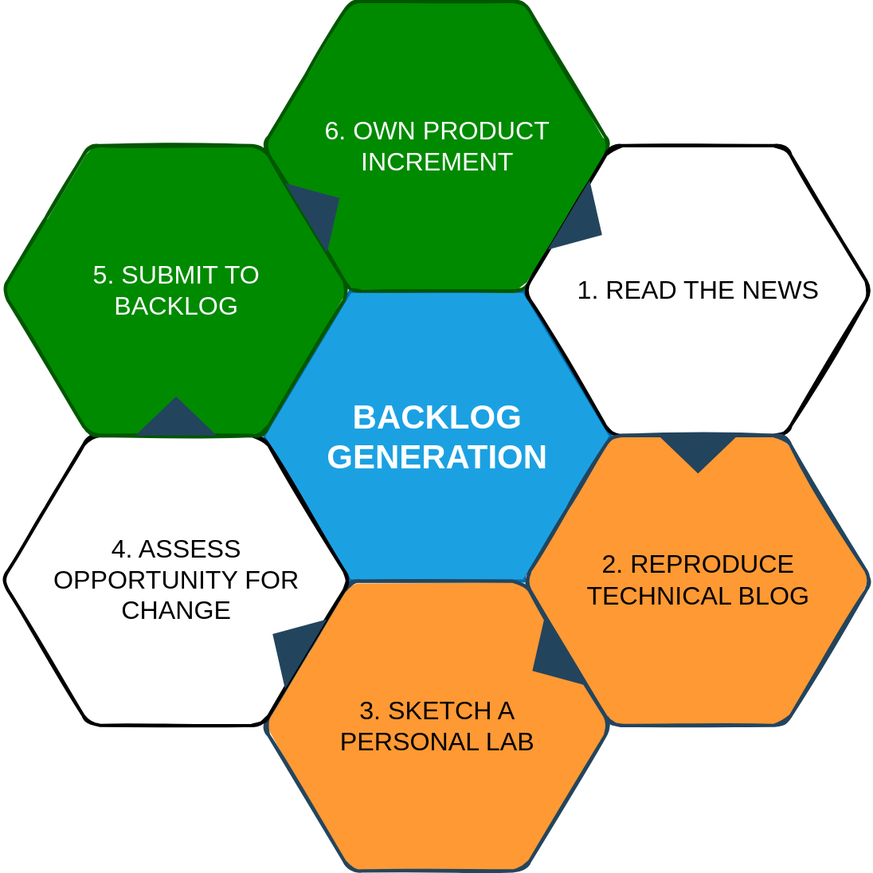
Before: media/backlog-generation.svg, a diagram exported from draw.io (reply-fr/sustainable-personal-accounts). Source tidied: cells renumbered, new cells last; positions are measured from the earlier drawing's top-left corner, leaving out a move shared by most shapes.
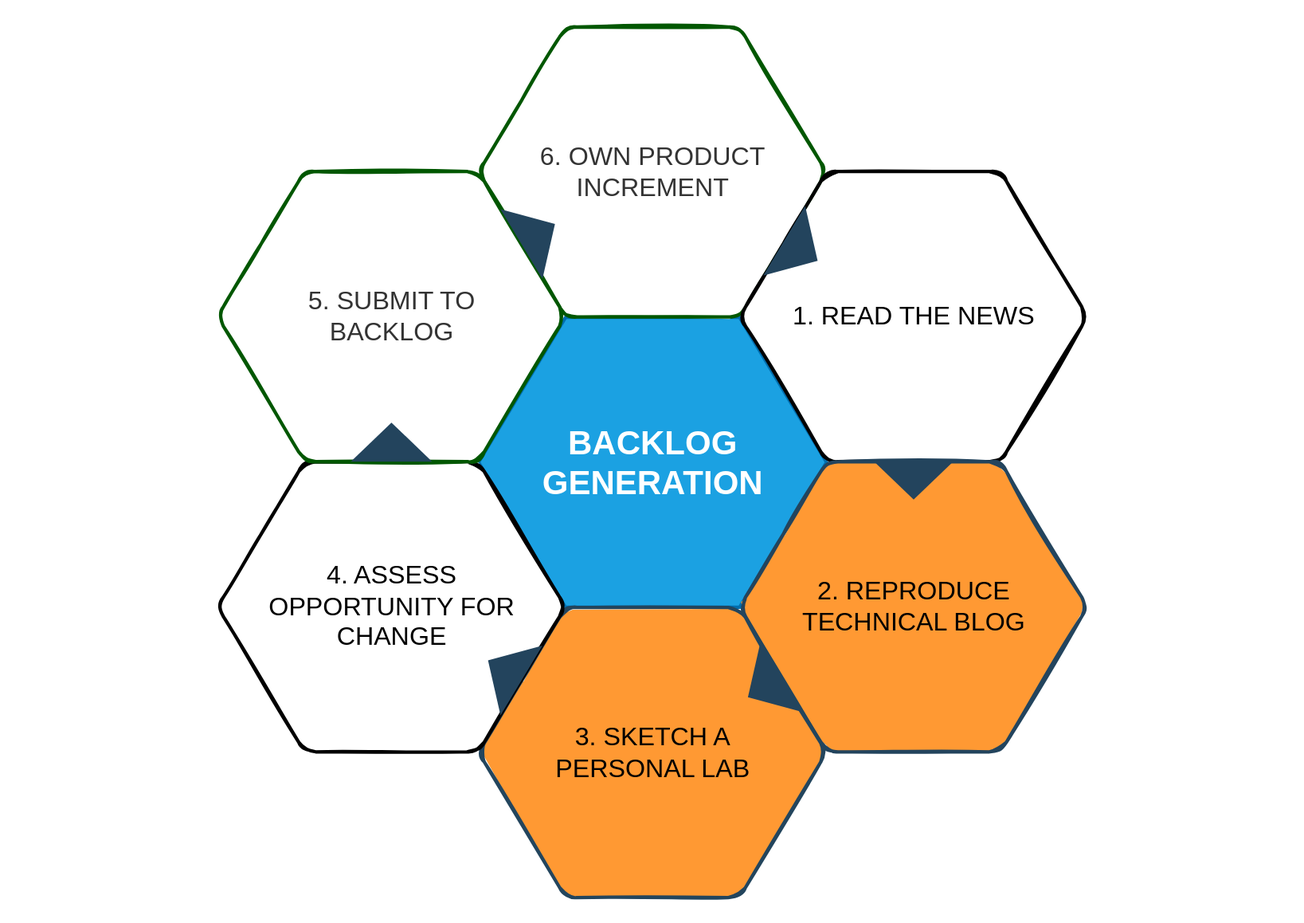
Above is the later version.

Change to the diagram source:
```diff
@@ -8,7 +8,7 @@
     <mxCell id="3" style="triangle;whiteSpace=wrap;html=1;shadow=0;labelBackgroundColor=none;strokeColor=none;fillColor=#FFFFFF;fontFamily=Helvetica;fontSize=17;fontColor=#23445d;align=center;rotation=90;gradientColor=none;flipV=1;flipH=1;opacity=20;" parent="1" vertex="1">
       <mxGeometry x="115.5" y="277.7" width="72" height="152" as="geometry" />
     </mxCell>
-    <mxCell id="4" value="&lt;font style=&quot;font-size: 23px&quot;&gt;6. OWN PRODUCT INCREMENT&lt;br&gt;&lt;/font&gt;" style="shape=hexagon;perimeter=hexagonPerimeter2;whiteSpace=wrap;html=1;shadow=0;labelBackgroundColor=none;strokeColor=#005700;fillColor=#008a00;fontFamily=Helvetica;fontSize=23;fontColor=#ffffff;align=center;strokeWidth=3;rounded=1;sketch=1;fillStyle=solid;perimeterSpacing=2;noLabel=0;direction=east;fixDash=0;backgroundOutline=0;gradientDirection=east;" parent="1" vertex="1">
+    <mxCell id="4" value="&lt;font style=&quot;font-size: 23px&quot;&gt;6. OWN PRODUCT INCREMENT&lt;br&gt;&lt;/font&gt;" style="shape=hexagon;perimeter=hexagonPerimeter2;whiteSpace=wrap;html=1;shadow=0;labelBackgroundColor=none;strokeColor=#005700;fillColor=#FFFFFF;fontFamily=Helvetica;fontSize=23;fontColor=#333333;align=center;strokeWidth=3;rounded=1;sketch=1;fillStyle=solid;perimeterSpacing=2;direction=east;fixDash=0;backgroundOutline=0;gradientDirection=east;" parent="1" vertex="1">
       <mxGeometry x="234.6" y="-0.3" width="311.8" height="259.9" as="geometry" />
     </mxCell>
     <mxCell id="5" value="1. READ THE NEWS" style="shape=hexagon;perimeter=hexagonPerimeter2;whiteSpace=wrap;html=1;shadow=0;labelBackgroundColor=none;fontFamily=Helvetica;fontSize=23;align=center;strokeWidth=3;rounded=1;sketch=1;fillStyle=solid;" parent="1" vertex="1">
@@ -23,7 +23,7 @@
     <mxCell id="8" value="4. ASSESS&lt;br&gt;OPPORTUNITY FOR&lt;br&gt;CHANGE" style="shape=hexagon;perimeter=hexagonPerimeter2;whiteSpace=wrap;html=1;shadow=0;labelBackgroundColor=none;fontFamily=Helvetica;fontSize=23;align=center;strokeWidth=3;rounded=1;sketch=1;fillStyle=solid;" parent="1" vertex="1">
       <mxGeometry x="0.5" y="389.3" width="311.8" height="259.9" as="geometry" />
     </mxCell>
-    <mxCell id="9" value="&lt;font style=&quot;font-size: 23px&quot;&gt;5. SUBMIT TO&lt;br&gt;BACKLOG&lt;br&gt;&lt;/font&gt;" style="shape=hexagon;perimeter=hexagonPerimeter2;whiteSpace=wrap;html=1;shadow=0;labelBackgroundColor=none;strokeColor=#005700;fillColor=#008a00;fontFamily=Helvetica;fontSize=23;fontColor=#ffffff;align=center;strokeWidth=3;rounded=1;sketch=1;fillStyle=solid;" parent="1" vertex="1">
+    <mxCell id="9" value="&lt;font style=&quot;font-size: 23px&quot;&gt;5. SUBMIT TO&lt;br&gt;BACKLOG&lt;br&gt;&lt;/font&gt;" style="shape=hexagon;perimeter=hexagonPerimeter2;whiteSpace=wrap;html=1;shadow=0;labelBackgroundColor=none;strokeColor=#005700;fillColor=#FFFFFF;fontFamily=Helvetica;fontSize=23;fontColor=#333333;align=center;strokeWidth=3;rounded=1;sketch=1;fillStyle=solid;" parent="1" vertex="1">
       <mxGeometry x="0.5" y="129.2" width="311.8" height="259.9" as="geometry" />
     </mxCell>
     <mxCell id="10" style="triangle;whiteSpace=wrap;html=1;shadow=0;labelBackgroundColor=none;strokeColor=none;fillColor=#23445D;fontFamily=Helvetica;fontSize=17;fontColor=#23445d;align=center;rotation=31;gradientColor=none;strokeWidth=3;" parent="1" vertex="1">
```
